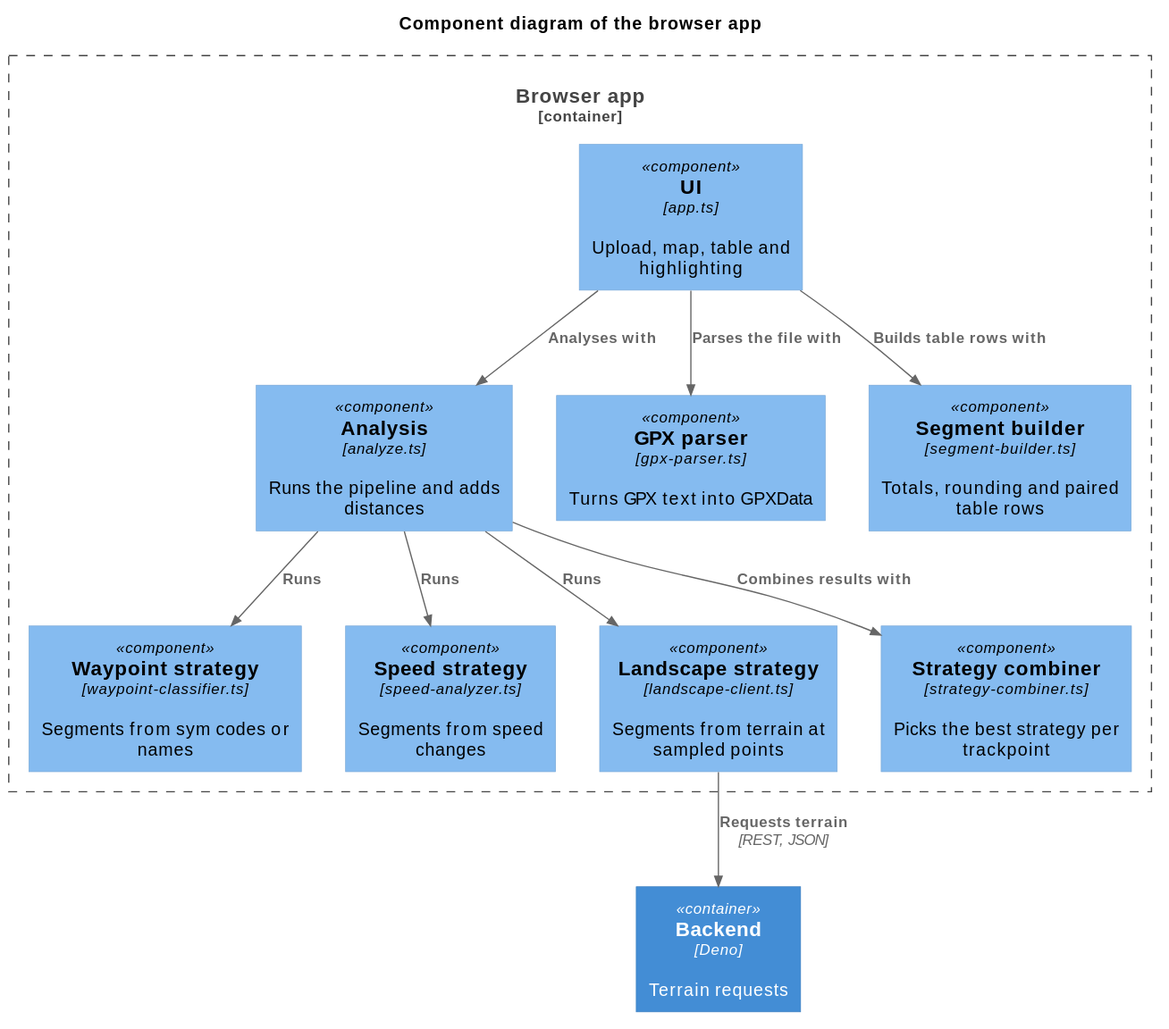
swimrun/tigerlegs keeps this PlantUML diagram as docs/diagrams/component.svg. Above is the earlier version.
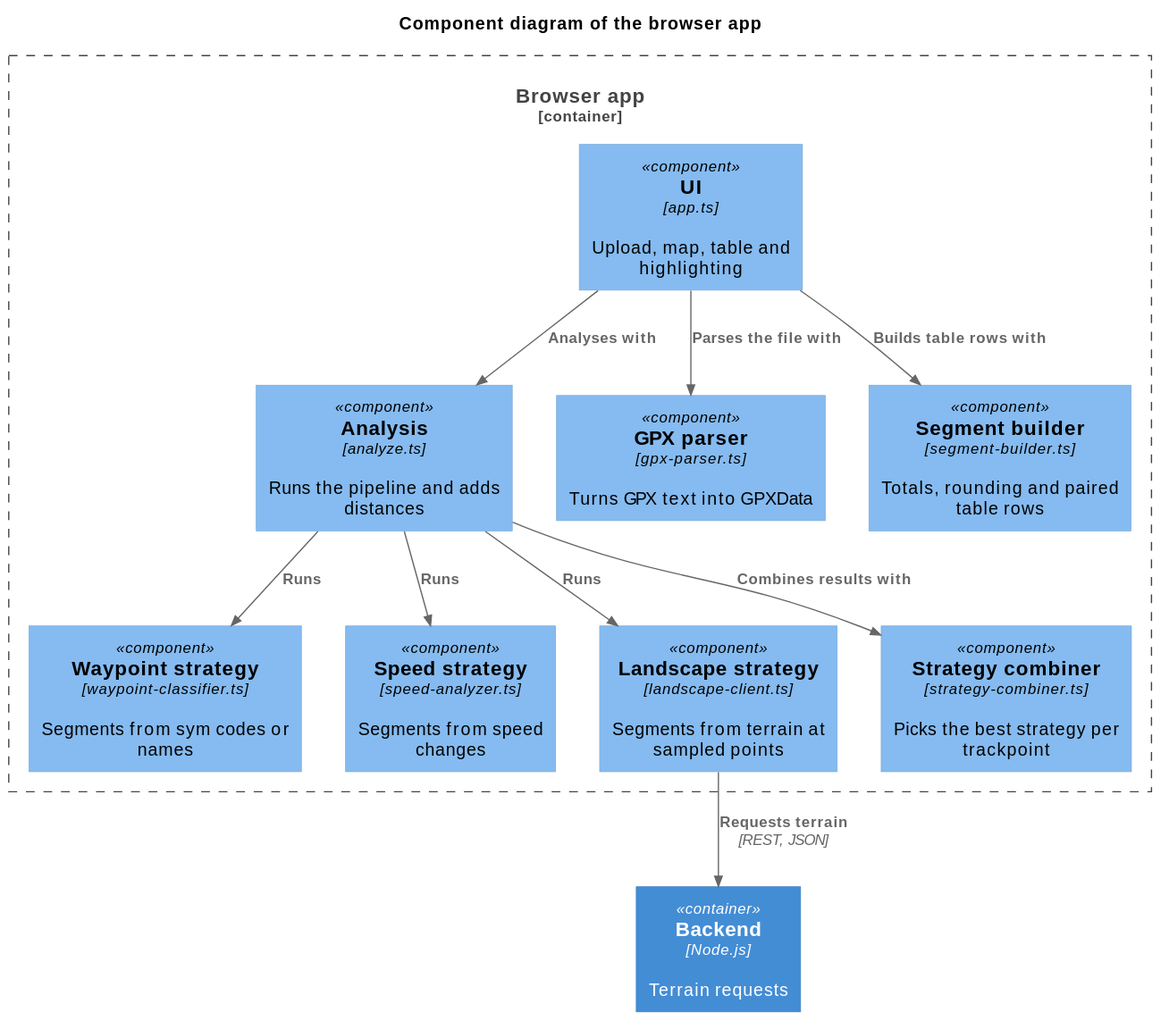
After the commit.

Change to the diagram source:
```diff
@@ -3,7 +3,7 @@
 
 title Component diagram of the browser app
 
-Container(backend, "Backend", "Deno", "Terrain requests")
+Container(backend, "Backend", "Node.js", "Terrain requests")
 
 Container_Boundary(browser, "Browser app") {
   Component(ui, "UI", "app.ts", "Upload, map, table and highlighting")
```
